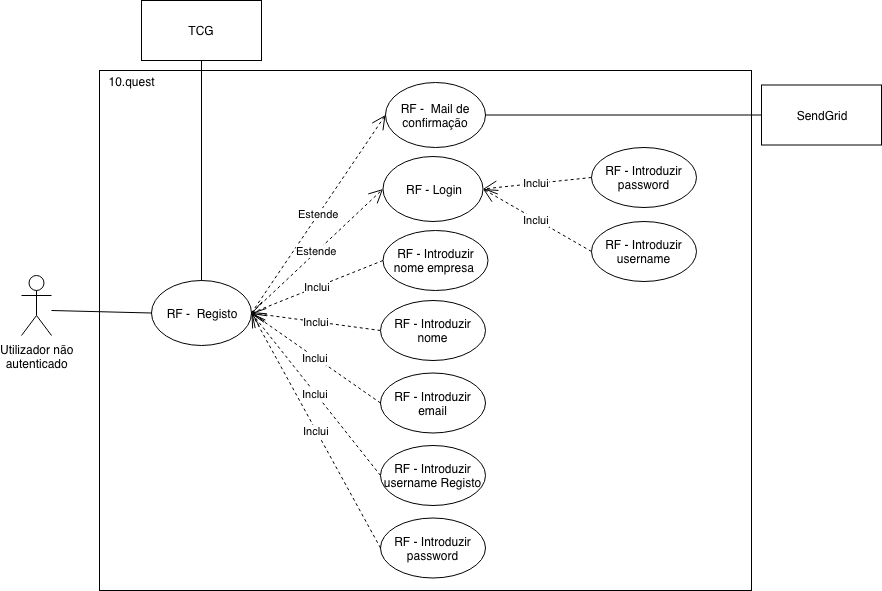
Earlier version of the draw.io export img/rf/registo.png (BrunoGrifo/Tese). Source tidied: cells renumbered, new cells last; positions are measured from the earlier drawing's top-left corner, leaving out a move shared by most shapes.
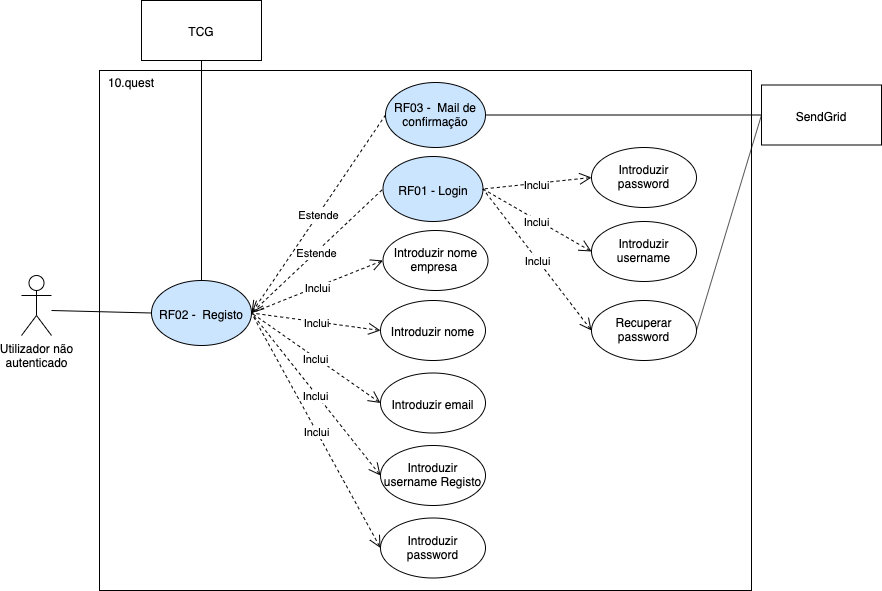
Later version of the same file.

Diff of the diagram source:
```diff
@@ -16,61 +16,61 @@
     <mxCell id="5" value="10.quest" style="text;html=1;strokeColor=none;fillColor=none;align=center;verticalAlign=middle;whiteSpace=wrap;rounded=0;" parent="1" vertex="1">
       <mxGeometry x="90" y="71" width="40" height="20" as="geometry" />
     </mxCell>
-    <mxCell id="6" value="RF -&amp;nbsp; Registo" style="ellipse;whiteSpace=wrap;html=1;" parent="1" vertex="1">
+    <mxCell id="6" value="RF02 -&amp;nbsp; Registo" style="ellipse;whiteSpace=wrap;html=1;fillColor=#CCE5FF;" parent="1" vertex="1">
       <mxGeometry x="130" y="280" width="100" height="65" as="geometry" />
     </mxCell>
-    <mxCell id="7" value="RF -&amp;nbsp; Mail de confirmação" style="ellipse;whiteSpace=wrap;html=1;" parent="1" vertex="1">
+    <mxCell id="7" value="RF03 -&amp;nbsp; Mail de confirmação" style="ellipse;whiteSpace=wrap;html=1;fillColor=#CCE5FF;" parent="1" vertex="1">
       <mxGeometry x="364" y="82" width="100" height="65" as="geometry" />
     </mxCell>
-    <mxCell id="8" value="Estende" style="endArrow=open;endSize=12;dashed=1;html=1;entryX=0;entryY=0.5;entryDx=0;entryDy=0;exitX=1;exitY=0.5;exitDx=0;exitDy=0;" parent="1" edge="1" source="6" target="7">
+    <mxCell id="8" value="Estende" style="endArrow=none;endSize=12;dashed=1;html=1;entryX=0;entryY=0.5;entryDx=0;entryDy=0;exitX=1;exitY=0.5;exitDx=0;exitDy=0;startArrow=open;startFill=0;endFill=0;startSize=10;" parent="1" edge="1" source="6" target="7">
       <mxGeometry relative="1" as="geometry" />
     </mxCell>
-    <mxCell id="9" value="RF - Introduzir nome empresa&amp;nbsp;" style="ellipse;whiteSpace=wrap;html=1;" parent="1" vertex="1">
+    <mxCell id="9" value="Introduzir nome empresa&amp;nbsp;" style="ellipse;whiteSpace=wrap;html=1;" parent="1" vertex="1">
       <mxGeometry x="361.5" y="230" width="105" height="60" as="geometry" />
     </mxCell>
-    <mxCell id="10" value="RF - Introduzir nome" style="ellipse;whiteSpace=wrap;html=1;" parent="1" vertex="1">
+    <mxCell id="10" value="Introduzir nome" style="ellipse;whiteSpace=wrap;html=1;" parent="1" vertex="1">
       <mxGeometry x="359" y="300" width="105" height="60" as="geometry" />
     </mxCell>
-    <mxCell id="11" value="Inclui" style="endArrow=open;endSize=12;dashed=1;html=1;exitX=0;exitY=0.5;exitDx=0;exitDy=0;entryX=1;entryY=0.5;entryDx=0;entryDy=0;" parent="1" edge="1" source="9" target="6">
+    <mxCell id="11" value="Inclui" style="endArrow=none;endSize=12;dashed=1;html=1;exitX=0;exitY=0.5;exitDx=0;exitDy=0;entryX=1;entryY=0.5;entryDx=0;entryDy=0;startArrow=open;startFill=0;endFill=0;startSize=10;" parent="1" edge="1" source="9" target="6">
       <mxGeometry relative="1" as="geometry" />
     </mxCell>
-    <mxCell id="12" value="Inclui" style="endArrow=open;endSize=12;dashed=1;html=1;exitX=0;exitY=0.5;exitDx=0;exitDy=0;entryX=1;entryY=0.5;entryDx=0;entryDy=0;" parent="1" edge="1" source="10" target="6">
+    <mxCell id="12" value="Inclui" style="endArrow=none;endSize=12;dashed=1;html=1;exitX=0;exitY=0.5;exitDx=0;exitDy=0;entryX=1;entryY=0.5;entryDx=0;entryDy=0;startArrow=open;startFill=0;endFill=0;startSize=10;" parent="1" edge="1" source="10" target="6">
       <mxGeometry relative="1" as="geometry" />
     </mxCell>
-    <mxCell id="13" value="RF - Introduzir email" style="ellipse;whiteSpace=wrap;html=1;" parent="1" vertex="1">
+    <mxCell id="13" value="Introduzir email" style="ellipse;whiteSpace=wrap;html=1;" parent="1" vertex="1">
       <mxGeometry x="359" y="372.5" width="105" height="60" as="geometry" />
     </mxCell>
-    <mxCell id="14" value="Inclui" style="endArrow=open;endSize=12;dashed=1;html=1;exitX=0;exitY=0.5;exitDx=0;exitDy=0;entryX=1;entryY=0.5;entryDx=0;entryDy=0;" parent="1" edge="1" source="13" target="6">
+    <mxCell id="14" value="Inclui" style="endArrow=none;endSize=12;dashed=1;html=1;exitX=0;exitY=0.5;exitDx=0;exitDy=0;entryX=1;entryY=0.5;entryDx=0;entryDy=0;startArrow=open;startFill=0;endFill=0;startSize=10;" parent="1" edge="1" source="13" target="6">
       <mxGeometry relative="1" as="geometry" />
     </mxCell>
-    <mxCell id="15" value="RF - Introduzir username Registo" style="ellipse;whiteSpace=wrap;html=1;" parent="1" vertex="1">
+    <mxCell id="15" value="Introduzir username Registo" style="ellipse;whiteSpace=wrap;html=1;" parent="1" vertex="1">
       <mxGeometry x="359" y="445" width="105" height="60" as="geometry" />
     </mxCell>
-    <mxCell id="16" value="Inclui" style="endArrow=open;endSize=12;dashed=1;html=1;exitX=0;exitY=0.5;exitDx=0;exitDy=0;entryX=1;entryY=0.5;entryDx=0;entryDy=0;" parent="1" edge="1" source="15" target="6">
+    <mxCell id="16" value="Inclui" style="endArrow=none;endSize=12;dashed=1;html=1;exitX=0;exitY=0.5;exitDx=0;exitDy=0;entryX=1;entryY=0.5;entryDx=0;entryDy=0;startArrow=open;startFill=0;endFill=0;startSize=10;" parent="1" edge="1" source="15" target="6">
       <mxGeometry relative="1" as="geometry" />
     </mxCell>
-    <mxCell id="17" value="RF - Introduzir password" style="ellipse;whiteSpace=wrap;html=1;" parent="1" vertex="1">
+    <mxCell id="17" value="Introduzir password" style="ellipse;whiteSpace=wrap;html=1;" parent="1" vertex="1">
       <mxGeometry x="359" y="517.5" width="105" height="60" as="geometry" />
     </mxCell>
-    <mxCell id="18" value="Inclui" style="endArrow=open;endSize=12;dashed=1;html=1;exitX=0;exitY=0.5;exitDx=0;exitDy=0;entryX=1;entryY=0.5;entryDx=0;entryDy=0;" parent="1" edge="1" source="17" target="6">
+    <mxCell id="18" value="Inclui" style="endArrow=none;endSize=12;dashed=1;html=1;exitX=0;exitY=0.5;exitDx=0;exitDy=0;entryX=1;entryY=0.5;entryDx=0;entryDy=0;startArrow=open;startFill=0;endFill=0;startSize=10;" parent="1" edge="1" source="17" target="6">
       <mxGeometry relative="1" as="geometry" />
     </mxCell>
-    <mxCell id="19" value="RF -&amp;nbsp;Login" style="ellipse;whiteSpace=wrap;html=1;" parent="1" vertex="1">
+    <mxCell id="19" value="RF01 -&amp;nbsp;Login" style="ellipse;whiteSpace=wrap;html=1;fillColor=#CCE5FF;" parent="1" vertex="1">
       <mxGeometry x="361.5" y="156" width="100" height="65" as="geometry" />
     </mxCell>
-    <mxCell id="20" value="Estende" style="endArrow=open;endSize=12;dashed=1;html=1;entryX=0;entryY=0.5;entryDx=0;entryDy=0;exitX=1;exitY=0.5;exitDx=0;exitDy=0;" parent="1" edge="1" source="6" target="19">
+    <mxCell id="20" value="Estende" style="endArrow=none;endSize=12;dashed=1;html=1;entryX=0;entryY=0.5;entryDx=0;entryDy=0;exitX=1;exitY=0.5;exitDx=0;exitDy=0;startArrow=open;startFill=0;endFill=0;startSize=10;" parent="1" edge="1" source="6" target="19">
       <mxGeometry relative="1" as="geometry" />
     </mxCell>
-    <mxCell id="21" value="RF - Introduzir username" style="ellipse;whiteSpace=wrap;html=1;" parent="1" vertex="1">
+    <mxCell id="21" value="Introduzir username" style="ellipse;whiteSpace=wrap;html=1;" parent="1" vertex="1">
       <mxGeometry x="570" y="221" width="105" height="60" as="geometry" />
     </mxCell>
-    <mxCell id="22" value="Inclui" style="endArrow=open;endSize=12;dashed=1;html=1;exitX=0;exitY=0.5;exitDx=0;exitDy=0;entryX=1;entryY=0.5;entryDx=0;entryDy=0;" parent="1" edge="1" source="21" target="19">
+    <mxCell id="22" value="Inclui" style="endArrow=none;endSize=12;dashed=1;html=1;exitX=0;exitY=0.5;exitDx=0;exitDy=0;entryX=1;entryY=0.5;entryDx=0;entryDy=0;startArrow=open;startFill=0;endFill=0;startSize=10;" parent="1" edge="1" source="21" target="19">
       <mxGeometry relative="1" as="geometry" />
     </mxCell>
-    <mxCell id="23" value="RF - Introduzir password" style="ellipse;whiteSpace=wrap;html=1;" parent="1" vertex="1">
+    <mxCell id="23" value="Introduzir password" style="ellipse;whiteSpace=wrap;html=1;" parent="1" vertex="1">
       <mxGeometry x="570" y="147" width="105" height="60" as="geometry" />
     </mxCell>
-    <mxCell id="24" value="Inclui" style="endArrow=open;endSize=12;dashed=1;html=1;exitX=0;exitY=0.5;exitDx=0;exitDy=0;entryX=1;entryY=0.5;entryDx=0;entryDy=0;" parent="1" edge="1" source="23" target="19">
+    <mxCell id="24" value="Inclui" style="endArrow=none;endSize=12;dashed=1;html=1;exitX=0;exitY=0.5;exitDx=0;exitDy=0;entryX=1;entryY=0.5;entryDx=0;entryDy=0;startArrow=open;startFill=0;endFill=0;startSize=10;" parent="1" edge="1" source="23" target="19">
       <mxGeometry relative="1" as="geometry" />
     </mxCell>
     <mxCell id="25" value="SendGrid" style="rounded=0;whiteSpace=wrap;html=1;" parent="1" vertex="1">
@@ -85,5 +85,14 @@
     <mxCell id="28" style="endArrow=none;html=1;entryX=0.5;entryY=1;entryDx=0;entryDy=0;exitX=0.5;exitY=0;exitDx=0;exitDy=0;" parent="1" edge="1" source="6" target="27">
       <mxGeometry relative="1" as="geometry" />
     </mxCell>
+    <mxCell id="29" value="Recuperar password" style="ellipse;whiteSpace=wrap;html=1;" parent="1" vertex="1">
+      <mxGeometry x="570" y="300" width="105" height="60" as="geometry" />
+    </mxCell>
+    <mxCell id="30" value="Inclui" style="endArrow=none;endSize=12;dashed=1;html=1;exitX=0;exitY=0.5;exitDx=0;exitDy=0;entryX=1;entryY=0.5;entryDx=0;entryDy=0;startArrow=open;startFill=0;endFill=0;startSize=10;" parent="1" edge="1" source="29" target="19">
+      <mxGeometry relative="1" as="geometry" />
+    </mxCell>
+    <mxCell id="31" style="endArrow=none;html=1;entryX=0;entryY=0.5;entryDx=0;entryDy=0;exitX=1;exitY=0.5;exitDx=0;exitDy=0;" parent="1" edge="1" source="29" target="25">
+      <mxGeometry relative="1" as="geometry" />
+    </mxCell>
   </root>
 </mxGraphModel>
```
